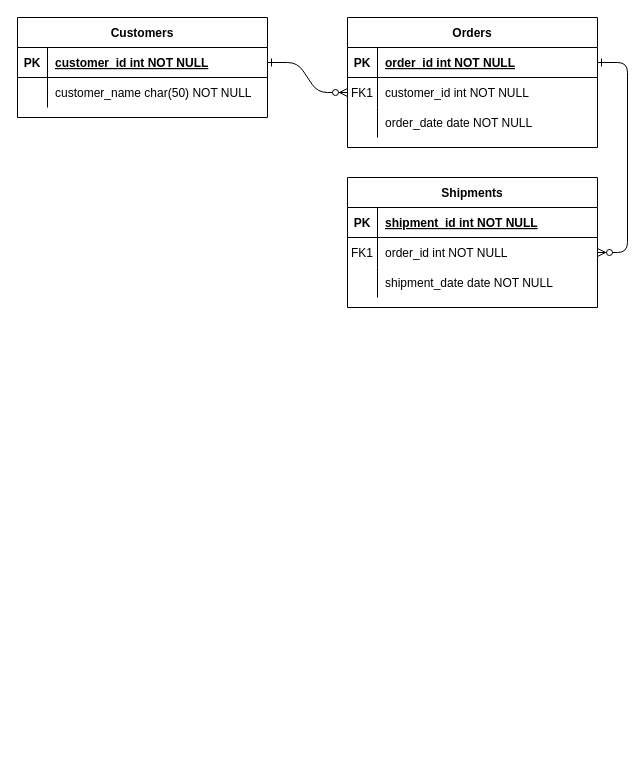
The draw.io diagram SQL基礎８.drawio in chapchon819/chapchon819, before the edit. Source tidied: cells renumbered, new cells numbered last; positions are measured from the earlier drawing's top-left corner, leaving out a move shared by most shapes. Both pictures are drawn from the tidied source at 100%, with x=0, y=0 at pixel (17, 17).
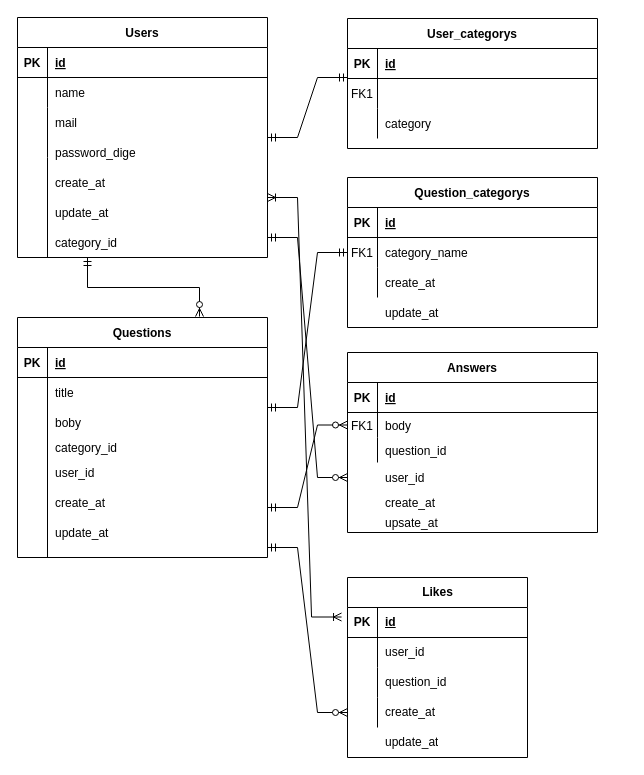
After the change.

Commit message:
SQL基礎８.drawio を更新します

Unchanged cells that the change refers to:
```xml
<mxCell id="5" style="shape=partialRectangle;fillColor=none;points=[[0,0.5],[1,0.5]];portConstraint=eastwest;top=0;left=0;right=0;bottom=1;" parent="4" vertex="1">
  <mxGeometry y="30" width="250" height="30" as="geometry" />
</mxCell>
<mxCell id="8" style="shape=partialRectangle;fillColor=none;points=[[0,0.5],[1,0.5]];portConstraint=eastwest;top=0;left=0;right=0;bottom=0;" parent="4" vertex="1">
  <mxGeometry y="60" width="250" height="30" as="geometry" />
</mxCell>
<mxCell id="11" style="shape=partialRectangle;fillColor=none;top=0;left=0;right=0;bottom=0;" parent="4" vertex="1">
  <mxGeometry y="90" width="250" height="30" as="geometry" />
</mxCell>
<mxCell id="15" style="shape=partialRectangle;fillColor=none;top=0;left=0;right=0;bottom=1;" parent="14" vertex="1">
  <mxGeometry y="30" width="250" height="30" as="geometry" />
</mxCell>
<mxCell id="18" style="shape=partialRectangle;fillColor=none;points=[[0,0.5],[1,0.5]];portConstraint=eastwest;top=0;left=0;right=0;bottom=0;" parent="14" vertex="1">
  <mxGeometry y="60" width="250" height="30" as="geometry" />
</mxCell>
<mxCell id="21" style="shape=partialRectangle;fillColor=none;top=0;left=0;right=0;bottom=0;" parent="14" vertex="1">
  <mxGeometry y="90" width="250" height="30" as="geometry" />
</mxCell>
<mxCell id="25" style="shape=partialRectangle;fillColor=none;points=[[0,0.5],[1,0.5]];portConstraint=eastwest;top=0;left=0;right=0;bottom=1;" parent="24" vertex="1">
  <mxGeometry y="30" width="250" height="30" as="geometry" />
</mxCell>
<mxCell id="28" style="shape=partialRectangle;fillColor=none;top=0;left=0;right=0;bottom=0;" parent="24" vertex="1">
  <mxGeometry y="60" width="250" height="30" as="geometry" />
</mxCell>
```

Change to the diagram source:
```diff
@@
-    <mxCell id="2" style="edgeStyle=entityRelationEdgeStyle;endArrow=ERzeroToMany;startArrow=ERone;endFill=1;startFill=0;" parent="1" edge="1" source="25" target="8">
-      <mxGeometry relative="1" as="geometry" />
-    </mxCell>
-    <mxCell id="3" style="edgeStyle=entityRelationEdgeStyle;endArrow=ERzeroToMany;startArrow=ERone;endFill=1;startFill=0;" parent="1" edge="1" source="5" target="18">
-      <mxGeometry relative="1" as="geometry" />
-    </mxCell>
-    <mxCell id="4" value="Orders" style="shape=table;startSize=30;childLayout=tableLayout;rowLines=0;fontStyle=1;align=center;" parent="1" vertex="1">
-      <mxGeometry x="330" width="250" height="130" as="geometry" />
+    <mxCell id="4" value="User_categorys" style="shape=table;startSize=30;childLayout=tableLayout;rowLines=0;fontStyle=1;align=center;" parent="1" vertex="1">
+      <mxGeometry x="330" y="1" width="250" height="130" as="geometry" />
     </mxCell>
@@
-    <mxCell id="7" value="order_id int NOT NULL " style="shape=partialRectangle;overflow=hidden;fillColor=none;top=0;left=0;bottom=0;right=0;align=left;spacingLeft=6;fontStyle=5;" parent="5" vertex="1">
+    <mxCell id="7" value="id" style="shape=partialRectangle;overflow=hidden;fillColor=none;top=0;left=0;bottom=0;right=0;align=left;spacingLeft=6;fontStyle=5;" parent="5" vertex="1">
       <mxGeometry x="30" width="220" height="30" as="geometry" />
     </mxCell>
@@
-    <mxCell id="10" value="customer_id int NOT NULL" style="shape=partialRectangle;overflow=hidden;fillColor=none;top=0;left=0;bottom=0;right=0;align=left;spacingLeft=6;" parent="8" vertex="1">
+    <mxCell id="10" style="shape=partialRectangle;overflow=hidden;fillColor=none;top=0;left=0;bottom=0;right=0;align=left;spacingLeft=6;" parent="8" vertex="1">
       <mxGeometry x="30" width="220" height="30" as="geometry" />
     </mxCell>
@@
-    <mxCell id="13" value="order_date date NOT NULL" style="shape=partialRectangle;overflow=hidden;fillColor=none;top=0;left=0;bottom=0;right=0;align=left;spacingLeft=6;" parent="11" vertex="1">
+    <mxCell id="13" value="category" style="shape=partialRectangle;overflow=hidden;fillColor=none;top=0;left=0;bottom=0;right=0;align=left;spacingLeft=6;" parent="11" vertex="1">
       <mxGeometry x="30" width="220" height="30" as="geometry" />
     </mxCell>
-    <mxCell id="14" value="Shipments" style="shape=table;startSize=30;childLayout=tableLayout;rowLines=0;fontStyle=1;align=center;" parent="1" vertex="1">
-      <mxGeometry x="330" y="160" width="250" height="130" as="geometry" />
+    <mxCell id="14" value="Question_categorys" style="shape=table;startSize=30;childLayout=tableLayout;rowLines=0;fontStyle=1;align=center;" parent="1" vertex="1">
+      <mxGeometry x="330" y="160" width="250" height="150" as="geometry" />
     </mxCell>
@@
-    <mxCell id="17" value="shipment_id int NOT NULL " style="shape=partialRectangle;overflow=hidden;fillColor=none;top=0;left=0;bottom=0;right=0;align=left;spacingLeft=6;fontStyle=5;" parent="15" vertex="1">
+    <mxCell id="17" value="id" style="shape=partialRectangle;overflow=hidden;fillColor=none;top=0;left=0;bottom=0;right=0;align=left;spacingLeft=6;fontStyle=5;" parent="15" vertex="1">
       <mxGeometry x="30" width="220" height="30" as="geometry" />
     </mxCell>
@@
-    <mxCell id="20" value="order_id int NOT NULL" style="shape=partialRectangle;overflow=hidden;fillColor=none;top=0;left=0;bottom=0;right=0;align=left;spacingLeft=6;" parent="18" vertex="1">
+    <mxCell id="20" value="category_name" style="shape=partialRectangle;overflow=hidden;fillColor=none;top=0;left=0;bottom=0;right=0;align=left;spacingLeft=6;" parent="18" vertex="1">
       <mxGeometry x="30" width="220" height="30" as="geometry" />
     </mxCell>
@@
-    <mxCell id="23" value="shipment_date date NOT NULL" style="shape=partialRectangle;overflow=hidden;fillColor=none;top=0;left=0;bottom=0;right=0;align=left;spacingLeft=6;" parent="21" vertex="1">
+    <mxCell id="23" value="create_at" style="shape=partialRectangle;overflow=hidden;fillColor=none;top=0;left=0;bottom=0;right=0;align=left;spacingLeft=6;" parent="21" vertex="1">
       <mxGeometry x="30" width="220" height="30" as="geometry" />
     </mxCell>
-    <mxCell id="24" value="Customers" style="shape=table;startSize=30;childLayout=tableLayout;rowLines=0;fontStyle=1;align=center;" parent="1" vertex="1">
-      <mxGeometry width="250" height="100" as="geometry" />
+    <mxCell id="24" value="Users" style="shape=table;startSize=30;childLayout=tableLayout;rowLines=0;fontStyle=1;align=center;" parent="1" vertex="1">
+      <mxGeometry width="250" height="240" as="geometry" />
     </mxCell>
@@
-    <mxCell id="27" value="customer_id int NOT NULL " style="shape=partialRectangle;overflow=hidden;fillColor=none;top=0;left=0;bottom=0;right=0;align=left;spacingLeft=6;fontStyle=5;" parent="25" vertex="1">
+    <mxCell id="27" value="id" style="shape=partialRectangle;overflow=hidden;fillColor=none;top=0;left=0;bottom=0;right=0;align=left;spacingLeft=6;fontStyle=5;" parent="25" vertex="1">
       <mxGeometry x="30" width="220" height="30" as="geometry" />
     </mxCell>
@@
-    <mxCell id="30" value="customer_name char(50) NOT NULL" style="shape=partialRectangle;overflow=hidden;fillColor=none;top=0;left=0;bottom=0;right=0;align=left;spacingLeft=6;" parent="28" vertex="1">
+    <mxCell id="30" value="name" style="shape=partialRectangle;overflow=hidden;fillColor=none;top=0;left=0;bottom=0;right=0;align=left;spacingLeft=6;" parent="28" vertex="1">
       <mxGeometry x="30" width="220" height="30" as="geometry" />
     </mxCell>
+    <mxCell id="31" style="shape=partialRectangle;fillColor=none;top=0;left=0;right=0;bottom=0;" parent="1" vertex="1">
+      <mxGeometry x="10" y="70" width="250" height="30" as="geometry" />
+    </mxCell>
+    <mxCell id="32" style="shape=partialRectangle;overflow=hidden;fillColor=none;top=0;left=0;bottom=0;right=0;" parent="31" vertex="1">
+      <mxGeometry x="-10" y="-10" width="30" height="30" as="geometry" />
+    </mxCell>
+    <mxCell id="33" value="mail" style="shape=partialRectangle;overflow=hidden;fillColor=none;top=0;left=0;bottom=0;right=0;align=left;spacingLeft=6;" parent="1" vertex="1">
+      <mxGeometry x="30" y="90" width="220" height="30" as="geometry" />
+    </mxCell>
+    <mxCell id="34" value="password_dige" style="shape=partialRectangle;overflow=hidden;fillColor=none;top=0;left=0;bottom=0;right=0;align=left;spacingLeft=6;" parent="1" vertex="1">
+      <mxGeometry x="30" y="120" width="220" height="30" as="geometry" />
+    </mxCell>
+    <mxCell id="35" value="create_at" style="shape=partialRectangle;overflow=hidden;fillColor=none;top=0;left=0;bottom=0;right=0;align=left;spacingLeft=6;" parent="1" vertex="1">
+      <mxGeometry x="30" y="150" width="220" height="30" as="geometry" />
+    </mxCell>
+    <mxCell id="36" value="update_at" style="shape=partialRectangle;overflow=hidden;fillColor=none;top=0;left=0;bottom=0;right=0;align=left;spacingLeft=6;" parent="1" vertex="1">
+      <mxGeometry x="30" y="180" width="220" height="30" as="geometry" />
+    </mxCell>
+    <mxCell id="37" style="endArrow=none;html=1;rounded=0;" parent="1" edge="1">
+      <mxGeometry relative="1" as="geometry">
+        <mxPoint x="30" y="240" as="sourcePoint" />
+        <mxPoint x="30" y="90" as="targetPoint" />
+        <Array as="points">
+          <mxPoint x="30" y="140" />
+        </Array>
+      </mxGeometry>
+    </mxCell>
+    <mxCell id="38" value="category_id" style="shape=partialRectangle;overflow=hidden;fillColor=none;top=0;left=0;bottom=0;right=0;align=left;spacingLeft=6;" parent="1" vertex="1">
+      <mxGeometry x="30" y="210" width="220" height="30" as="geometry" />
+    </mxCell>
+    <mxCell id="39" style="shape=partialRectangle;fillColor=none;top=0;left=0;right=0;bottom=0;" parent="1" vertex="1">
+      <mxGeometry x="340" y="260" width="250" height="30" as="geometry" />
+    </mxCell>
+    <mxCell id="40" style="shape=partialRectangle;overflow=hidden;fillColor=none;top=0;left=0;bottom=0;right=0;" parent="39" vertex="1">
+      <mxGeometry width="30" height="30" as="geometry" />
+    </mxCell>
+    <mxCell id="41" value="update_at" style="shape=partialRectangle;overflow=hidden;fillColor=none;top=0;left=0;bottom=0;right=0;align=left;spacingLeft=6;" parent="39" vertex="1">
+      <mxGeometry x="20" y="20" width="220" height="30" as="geometry" />
+    </mxCell>
+    <mxCell id="42" value="Questions" style="shape=table;startSize=30;childLayout=tableLayout;rowLines=0;fontStyle=1;align=center;" parent="1" vertex="1">
+      <mxGeometry y="300" width="250" height="240" as="geometry" />
+    </mxCell>
+    <mxCell id="43" style="shape=partialRectangle;fillColor=none;top=0;left=0;right=0;bottom=1;" parent="42" vertex="1">
+      <mxGeometry y="30" width="250" height="30" as="geometry" />
+    </mxCell>
+    <mxCell id="44" value="PK" style="shape=partialRectangle;overflow=hidden;fillColor=none;top=0;left=0;bottom=0;right=0;fontStyle=1;" parent="43" vertex="1">
+      <mxGeometry width="30" height="30" as="geometry" />
+    </mxCell>
+    <mxCell id="45" value="id" style="shape=partialRectangle;overflow=hidden;fillColor=none;top=0;left=0;bottom=0;right=0;align=left;spacingLeft=6;fontStyle=5;" parent="43" vertex="1">
+      <mxGeometry x="30" width="220" height="30" as="geometry" />
+    </mxCell>
+    <mxCell id="46" style="shape=partialRectangle;fillColor=none;top=0;left=0;right=0;bottom=0;" parent="42" vertex="1">
+      <mxGeometry y="60" width="250" height="30" as="geometry" />
+    </mxCell>
+    <mxCell id="47" style="shape=partialRectangle;overflow=hidden;fillColor=none;top=0;left=0;bottom=0;right=0;" parent="46" vertex="1">
+      <mxGeometry width="30" height="30" as="geometry" />
+    </mxCell>
+    <mxCell id="48" value="title" style="shape=partialRectangle;overflow=hidden;fillColor=none;top=0;left=0;bottom=0;right=0;align=left;spacingLeft=6;" parent="46" vertex="1">
+      <mxGeometry x="30" width="220" height="30" as="geometry" />
+    </mxCell>
+    <mxCell id="49" value="boby" style="shape=partialRectangle;overflow=hidden;fillColor=none;top=0;left=0;bottom=0;right=0;align=left;spacingLeft=6;" parent="1" vertex="1">
+      <mxGeometry x="30" y="390" width="220" height="30" as="geometry" />
+    </mxCell>
+    <mxCell id="50" value="category_id" style="shape=partialRectangle;overflow=hidden;fillColor=none;top=0;left=0;bottom=0;right=0;align=left;spacingLeft=6;" parent="1" vertex="1">
+      <mxGeometry x="30" y="415" width="220" height="30" as="geometry" />
+    </mxCell>
+    <mxCell id="51" value="user_id" style="shape=partialRectangle;overflow=hidden;fillColor=none;top=0;left=0;bottom=0;right=0;align=left;spacingLeft=6;" parent="1" vertex="1">
+      <mxGeometry x="30" y="440" width="220" height="30" as="geometry" />
+    </mxCell>
+    <mxCell id="52" value="create_at" style="shape=partialRectangle;overflow=hidden;fillColor=none;top=0;left=0;bottom=0;right=0;align=left;spacingLeft=6;" parent="1" vertex="1">
+      <mxGeometry x="30" y="470" width="220" height="30" as="geometry" />
+    </mxCell>
+    <mxCell id="53" value="update_at" style="shape=partialRectangle;overflow=hidden;fillColor=none;top=0;left=0;bottom=0;right=0;align=left;spacingLeft=6;" parent="1" vertex="1">
+      <mxGeometry x="30" y="500" width="220" height="30" as="geometry" />
+    </mxCell>
+    <mxCell id="54" style="endArrow=none;html=1;rounded=0;" parent="1" edge="1">
+      <mxGeometry relative="1" as="geometry">
+        <mxPoint x="30" y="540" as="sourcePoint" />
+        <mxPoint x="30" y="380" as="targetPoint" />
+      </mxGeometry>
+    </mxCell>
+    <mxCell id="55" style="edgeStyle=entityRelationEdgeStyle;fontSize=12;html=1;endArrow=ERmandOne;startArrow=ERmandOne;rounded=0;" parent="1" edge="1">
+      <mxGeometry relative="1" as="geometry">
+        <mxPoint x="250" y="120" as="sourcePoint" />
+        <mxPoint x="330" y="60" as="targetPoint" />
+      </mxGeometry>
+    </mxCell>
+    <mxCell id="56" value="Answers" style="shape=table;startSize=30;childLayout=tableLayout;rowLines=0;fontStyle=1;align=center;" parent="1" vertex="1">
+      <mxGeometry x="330" y="335" width="250" height="180" as="geometry" />
+    </mxCell>
+    <mxCell id="57" style="shape=partialRectangle;fillColor=none;top=0;left=0;right=0;bottom=1;" parent="56" vertex="1">
+      <mxGeometry y="30" width="250" height="30" as="geometry" />
+    </mxCell>
+    <mxCell id="58" value="PK" style="shape=partialRectangle;overflow=hidden;fillColor=none;top=0;left=0;bottom=0;right=0;fontStyle=1;" parent="57" vertex="1">
+      <mxGeometry width="30" height="30" as="geometry" />
+    </mxCell>
+    <mxCell id="59" value="id" style="shape=partialRectangle;overflow=hidden;fillColor=none;top=0;left=0;bottom=0;right=0;align=left;spacingLeft=6;fontStyle=5;" parent="57" vertex="1">
+      <mxGeometry x="30" width="220" height="30" as="geometry" />
+    </mxCell>
+    <mxCell id="60" style="shape=partialRectangle;fillColor=none;points=[[0,0.5],[1,0.5]];portConstraint=eastwest;top=0;left=0;right=0;bottom=0;" parent="56" vertex="1">
+      <mxGeometry y="60" width="250" height="25" as="geometry" />
+    </mxCell>
+    <mxCell id="61" value="FK1" style="shape=partialRectangle;overflow=hidden;fillColor=none;top=0;left=0;bottom=0;right=0;" parent="60" vertex="1">
+      <mxGeometry width="30" height="25" as="geometry" />
+    </mxCell>
+    <mxCell id="62" value="body" style="shape=partialRectangle;overflow=hidden;fillColor=none;top=0;left=0;bottom=0;right=0;align=left;spacingLeft=6;" parent="60" vertex="1">
+      <mxGeometry x="30" width="220" height="25" as="geometry" />
+    </mxCell>
+    <mxCell id="63" style="shape=partialRectangle;fillColor=none;top=0;left=0;right=0;bottom=0;" parent="56" vertex="1">
+      <mxGeometry y="85" width="250" height="25" as="geometry" />
+    </mxCell>
+    <mxCell id="64" style="shape=partialRectangle;overflow=hidden;fillColor=none;top=0;left=0;bottom=0;right=0;" parent="63" vertex="1">
+      <mxGeometry width="30" height="25" as="geometry" />
+    </mxCell>
+    <mxCell id="65" value="question_id" style="shape=partialRectangle;overflow=hidden;fillColor=none;top=0;left=0;bottom=0;right=0;align=left;spacingLeft=6;" parent="63" vertex="1">
+      <mxGeometry x="30" width="220" height="25" as="geometry" />
+    </mxCell>
+    <mxCell id="66" value="user_id" style="shape=partialRectangle;overflow=hidden;fillColor=none;top=0;left=0;bottom=0;right=0;align=left;spacingLeft=6;" parent="1" vertex="1">
+      <mxGeometry x="360" y="445" width="220" height="30" as="geometry" />
+    </mxCell>
+    <mxCell id="67" value="create_at" style="shape=partialRectangle;overflow=hidden;fillColor=none;top=0;left=0;bottom=0;right=0;align=left;spacingLeft=6;" parent="1" vertex="1">
+      <mxGeometry x="360" y="470" width="220" height="30" as="geometry" />
+    </mxCell>
+    <mxCell id="68" value="upsate_at" style="shape=partialRectangle;overflow=hidden;fillColor=none;top=0;left=0;bottom=0;right=0;align=left;spacingLeft=6;" parent="1" vertex="1">
+      <mxGeometry x="360" y="490" width="220" height="30" as="geometry" />
+    </mxCell>
+    <mxCell id="69" value="Likes" style="shape=table;startSize=30;childLayout=tableLayout;rowLines=0;fontStyle=1;align=center;html=1;" parent="1" vertex="1">
+      <mxGeometry x="330" y="560" width="180" height="180" as="geometry" />
+    </mxCell>
+    <mxCell id="70" style="shape=tableRow;horizontal=0;startSize=0;swimlaneHead=0;swimlaneBody=0;fillColor=none;points=[[0,0.5],[1,0.5]];portConstraint=eastwest;top=0;left=0;right=0;bottom=1;" parent="69" vertex="1">
+      <mxGeometry y="30" width="180" height="30" as="geometry" />
+    </mxCell>
+    <mxCell id="71" value="PK" style="shape=partialRectangle;fillColor=none;top=0;left=0;bottom=0;right=0;fontStyle=1;overflow=hidden;whiteSpace=wrap;html=1;" parent="70" vertex="1">
+      <mxGeometry width="30" height="30" as="geometry" />
+    </mxCell>
+    <mxCell id="72" value="id" style="shape=partialRectangle;fillColor=none;top=0;left=0;bottom=0;right=0;align=left;spacingLeft=6;fontStyle=5;overflow=hidden;whiteSpace=wrap;html=1;" parent="70" vertex="1">
+      <mxGeometry x="30" width="150" height="30" as="geometry" />
+    </mxCell>
+    <mxCell id="73" style="shape=tableRow;horizontal=0;startSize=0;swimlaneHead=0;swimlaneBody=0;fillColor=none;top=0;left=0;right=0;bottom=0;" parent="69" vertex="1">
+      <mxGeometry y="60" width="180" height="30" as="geometry" />
+    </mxCell>
+    <mxCell id="74" style="shape=partialRectangle;fillColor=none;top=0;left=0;bottom=0;right=0;overflow=hidden;whiteSpace=wrap;html=1;" parent="73" vertex="1">
+      <mxGeometry width="30" height="30" as="geometry" />
+    </mxCell>
+    <mxCell id="75" value="user_id" style="shape=partialRectangle;fillColor=none;top=0;left=0;bottom=0;right=0;align=left;spacingLeft=6;overflow=hidden;whiteSpace=wrap;html=1;" parent="73" vertex="1">
+      <mxGeometry x="30" width="150" height="30" as="geometry" />
+    </mxCell>
+    <mxCell id="76" style="shape=tableRow;horizontal=0;startSize=0;swimlaneHead=0;swimlaneBody=0;fillColor=none;top=0;left=0;right=0;bottom=0;" parent="69" vertex="1">
+      <mxGeometry y="90" width="180" height="30" as="geometry" />
+    </mxCell>
+    <mxCell id="77" style="shape=partialRectangle;fillColor=none;top=0;left=0;bottom=0;right=0;overflow=hidden;whiteSpace=wrap;html=1;" parent="76" vertex="1">
+      <mxGeometry width="30" height="30" as="geometry" />
+    </mxCell>
+    <mxCell id="78" value="question_id" style="shape=partialRectangle;fillColor=none;top=0;left=0;bottom=0;right=0;align=left;spacingLeft=6;overflow=hidden;whiteSpace=wrap;html=1;" parent="76" vertex="1">
+      <mxGeometry x="30" width="150" height="30" as="geometry" />
+    </mxCell>
+    <mxCell id="79" style="shape=tableRow;horizontal=0;startSize=0;swimlaneHead=0;swimlaneBody=0;fillColor=none;points=[[0,0.5],[1,0.5]];portConstraint=eastwest;top=0;left=0;right=0;bottom=0;" parent="69" vertex="1">
+      <mxGeometry y="120" width="180" height="30" as="geometry" />
+    </mxCell>
+    <mxCell id="80" style="shape=partialRectangle;fillColor=none;top=0;left=0;bottom=0;right=0;overflow=hidden;whiteSpace=wrap;html=1;" parent="79" vertex="1">
+      <mxGeometry width="30" height="30" as="geometry" />
+    </mxCell>
+    <mxCell id="81" value="create_at" style="shape=partialRectangle;fillColor=none;top=0;left=0;bottom=0;right=0;align=left;spacingLeft=6;overflow=hidden;whiteSpace=wrap;html=1;" parent="79" vertex="1">
+      <mxGeometry x="30" width="150" height="30" as="geometry" />
+    </mxCell>
+    <mxCell id="82" value="update_at" style="shape=partialRectangle;fillColor=none;top=0;left=0;bottom=0;right=0;align=left;spacingLeft=6;overflow=hidden;whiteSpace=wrap;html=1;" parent="1" vertex="1">
+      <mxGeometry x="360" y="710" width="150" height="30" as="geometry" />
+    </mxCell>
+    <mxCell id="83" style="edgeStyle=entityRelationEdgeStyle;fontSize=12;html=1;endArrow=ERzeroToMany;startArrow=ERmandOne;rounded=0;entryX=0;entryY=0.5;entryDx=0;entryDy=0;" parent="1" edge="1" target="60">
+      <mxGeometry relative="1" as="geometry">
+        <mxPoint x="250" y="490" as="sourcePoint" />
+      </mxGeometry>
+    </mxCell>
+    <mxCell id="84" style="edgeStyle=entityRelationEdgeStyle;fontSize=12;html=1;endArrow=ERzeroToMany;startArrow=ERmandOne;rounded=0;entryX=0;entryY=0.5;entryDx=0;entryDy=0;" parent="1" edge="1" target="79">
+      <mxGeometry relative="1" as="geometry">
+        <mxPoint x="250" y="530" as="sourcePoint" />
+      </mxGeometry>
+    </mxCell>
+    <mxCell id="85" style="edgeStyle=entityRelationEdgeStyle;fontSize=12;html=1;endArrow=ERmandOne;startArrow=ERmandOne;rounded=0;entryX=0;entryY=0.5;entryDx=0;entryDy=0;" parent="1" edge="1" target="18">
+      <mxGeometry relative="1" as="geometry">
+        <mxPoint x="250" y="390" as="sourcePoint" />
+      </mxGeometry>
+    </mxCell>
+    <mxCell id="86" style="edgeStyle=elbowEdgeStyle;fontSize=12;html=1;endArrow=ERzeroToMany;startArrow=ERmandOne;rounded=0;elbow=vertical;entryX=0.728;entryY=-0.004;entryDx=0;entryDy=0;entryPerimeter=0;" parent="1" edge="1" target="42">
+      <mxGeometry relative="1" as="geometry">
+        <mxPoint x="70" y="240" as="sourcePoint" />
+        <Array as="points">
+          <mxPoint x="110" y="270" />
+        </Array>
+      </mxGeometry>
+    </mxCell>
+    <mxCell id="87" style="edgeStyle=entityRelationEdgeStyle;fontSize=12;html=1;endArrow=ERzeroToMany;startArrow=ERmandOne;rounded=0;" parent="1" edge="1">
+      <mxGeometry relative="1" as="geometry">
+        <mxPoint x="250" y="220" as="sourcePoint" />
+        <mxPoint x="330" y="460" as="targetPoint" />
+      </mxGeometry>
+    </mxCell>
+    <mxCell id="88" style="edgeStyle=entityRelationEdgeStyle;fontSize=12;html=1;endArrow=ERoneToMany;startArrow=ERoneToMany;rounded=0;entryX=-0.033;entryY=0.317;entryDx=0;entryDy=0;entryPerimeter=0;" parent="1" edge="1" target="70">
+      <mxGeometry relative="1" as="geometry">
+        <mxPoint x="250" y="180" as="sourcePoint" />
+      </mxGeometry>
+    </mxCell>
```
